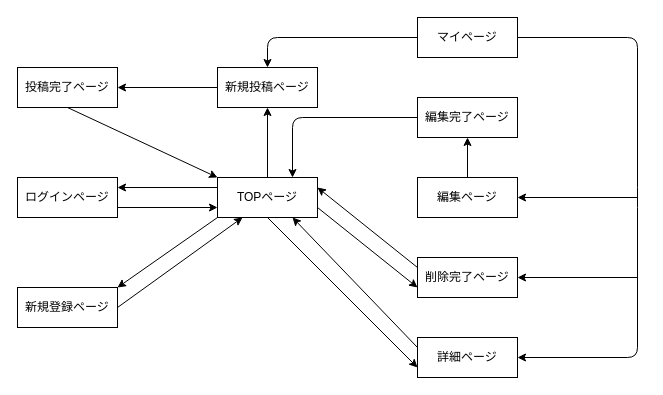
Before: screen_transition_diagram.dio in Shaitaxx/gadget, a draw.io diagram. Source tidied: cells renumbered, new cells numbered last; positions are measured from the earlier drawing's top-left corner, leaving out a move shared by most shapes. Both pictures are drawn from the tidied source at 100%, with x=0, y=0 at pixel (17, 17).
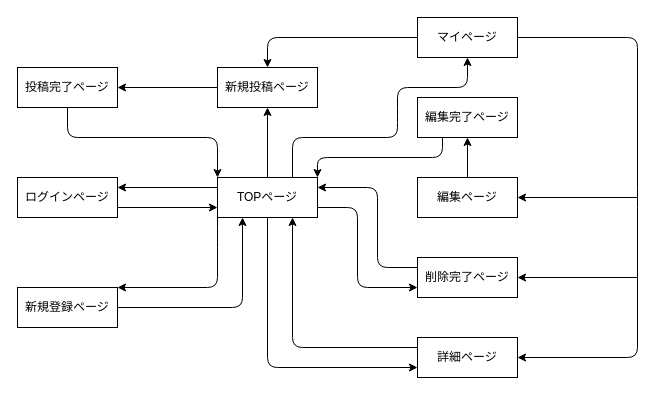
The same diagram, later.

Commit message:
画面推移図修正

Unchanged cells that the change refers to:
```xml
<mxCell id="7" value="TOPページ" style="whiteSpace=wrap;html=1;align=center;" parent="1" vertex="1">
  <mxGeometry x="200" y="160" width="100" height="40" as="geometry" />
</mxCell>
<mxCell id="12" value="マイページ" style="whiteSpace=wrap;html=1;align=center;" parent="1" vertex="1">
  <mxGeometry x="400" width="100" height="40" as="geometry" />
</mxCell>
<mxCell id="15" value="編集完了ページ" style="whiteSpace=wrap;html=1;align=center;" parent="1" vertex="1">
  <mxGeometry x="400" y="80" width="100" height="40" as="geometry" />
</mxCell>
<mxCell id="20" value="削除完了ページ" style="whiteSpace=wrap;html=1;align=center;" parent="1" vertex="1">
  <mxGeometry x="400" y="240" width="100" height="40" as="geometry" />
</mxCell>
<mxCell id="22" value="詳細ページ" style="whiteSpace=wrap;html=1;align=center;" parent="1" vertex="1">
  <mxGeometry x="400" y="320" width="100" height="40" as="geometry" />
</mxCell>
<mxCell id="24" value="投稿完了ページ" style="whiteSpace=wrap;html=1;align=center;" parent="1" vertex="1">
  <mxGeometry y="50" width="100" height="40" as="geometry" />
</mxCell>
<mxCell id="28" value="新規登録ページ" style="whiteSpace=wrap;html=1;align=center;" parent="1" vertex="1">
  <mxGeometry y="270" width="100" height="40" as="geometry" />
</mxCell>
```

What changed in the source:
```diff
@@
     <mxCell id="4" style="edgeStyle=none;html=1;exitX=1;exitY=0.75;exitDx=0;exitDy=0;entryX=0;entryY=0.75;entryDx=0;entryDy=0;startArrow=none;startFill=0;endArrow=classic;endFill=1;" parent="1" edge="1" source="7" target="20">
-      <mxGeometry relative="1" as="geometry" />
+      <mxGeometry relative="1" as="geometry">
+        <Array as="points">
+          <mxPoint x="340" y="190" />
+          <mxPoint x="340" y="270" />
+        </Array>
+      </mxGeometry>
     </mxCell>
     <mxCell id="5" style="edgeStyle=none;html=1;exitX=0.5;exitY=1;exitDx=0;exitDy=0;entryX=0;entryY=0.75;entryDx=0;entryDy=0;startArrow=none;startFill=0;endArrow=classic;endFill=1;" parent="1" edge="1" source="7" target="22">
-      <mxGeometry relative="1" as="geometry" />
+      <mxGeometry relative="1" as="geometry">
+        <Array as="points">
+          <mxPoint x="250" y="350" />
+        </Array>
+      </mxGeometry>
     </mxCell>
     <mxCell id="6" style="edgeStyle=none;html=1;exitX=0;exitY=1;exitDx=0;exitDy=0;entryX=1;entryY=0;entryDx=0;entryDy=0;startArrow=none;startFill=0;endArrow=classic;endFill=1;" parent="1" edge="1" source="7" target="28">
-      <mxGeometry relative="1" as="geometry" />
+      <mxGeometry relative="1" as="geometry">
+        <Array as="points">
+          <mxPoint x="200" y="220" />
+          <mxPoint x="200" y="270" />
+        </Array>
+      </mxGeometry>
     </mxCell>
+    <mxCell id="29" style="edgeStyle=none;html=1;exitX=0.75;exitY=0;exitDx=0;exitDy=0;entryX=0.5;entryY=1;entryDx=0;entryDy=0;" parent="1" edge="1" source="7" target="12">
+      <mxGeometry relative="1" as="geometry">
+        <Array as="points">
+          <mxPoint x="275" y="120" />
+          <mxPoint x="380" y="120" />
+          <mxPoint x="380" y="100" />
+          <mxPoint x="380" y="70" />
+          <mxPoint x="450" y="70" />
+        </Array>
+      </mxGeometry>
+    </mxCell>
@@
-    <mxCell id="14" style="edgeStyle=none;html=1;exitX=0;exitY=0.5;exitDx=0;exitDy=0;entryX=0.75;entryY=0;entryDx=0;entryDy=0;startArrow=none;startFill=0;endArrow=classic;endFill=1;" parent="1" edge="1" source="15" target="7">
+    <mxCell id="14" style="edgeStyle=none;html=1;exitX=0.25;exitY=1;exitDx=0;exitDy=0;entryX=1;entryY=0;entryDx=0;entryDy=0;startArrow=none;startFill=0;endArrow=classic;endFill=1;" parent="1" edge="1" source="15" target="7">
       <mxGeometry relative="1" as="geometry">
         <Array as="points">
-          <mxPoint x="275" y="100" />
+          <mxPoint x="425" y="140" />
+          <mxPoint x="300" y="140" />
         </Array>
       </mxGeometry>
     </mxCell>
@@
     <mxCell id="19" style="edgeStyle=none;html=1;exitX=0;exitY=0.25;exitDx=0;exitDy=0;entryX=1;entryY=0.25;entryDx=0;entryDy=0;startArrow=none;startFill=0;endArrow=classic;endFill=1;" parent="1" edge="1" source="20" target="7">
-      <mxGeometry relative="1" as="geometry" />
+      <mxGeometry relative="1" as="geometry">
+        <Array as="points">
+          <mxPoint x="360" y="250" />
+          <mxPoint x="360" y="170" />
+        </Array>
+      </mxGeometry>
     </mxCell>
@@
     <mxCell id="21" style="edgeStyle=none;html=1;exitX=0;exitY=0.25;exitDx=0;exitDy=0;entryX=0.75;entryY=1;entryDx=0;entryDy=0;startArrow=none;startFill=0;endArrow=classic;endFill=1;" parent="1" edge="1" source="22" target="7">
-      <mxGeometry relative="1" as="geometry" />
+      <mxGeometry relative="1" as="geometry">
+        <Array as="points">
+          <mxPoint x="275" y="330" />
+        </Array>
+      </mxGeometry>
     </mxCell>
@@
     <mxCell id="23" style="edgeStyle=none;html=1;exitX=0.5;exitY=1;exitDx=0;exitDy=0;entryX=0;entryY=0;entryDx=0;entryDy=0;" parent="1" edge="1" source="24" target="7">
-      <mxGeometry relative="1" as="geometry" />
+      <mxGeometry relative="1" as="geometry">
+        <Array as="points">
+          <mxPoint x="50" y="120" />
+          <mxPoint x="200" y="120" />
+        </Array>
+      </mxGeometry>
     </mxCell>
@@
     <mxCell id="27" style="edgeStyle=none;html=1;exitX=1;exitY=0.5;exitDx=0;exitDy=0;entryX=0.25;entryY=1;entryDx=0;entryDy=0;startArrow=none;startFill=0;endArrow=classic;endFill=1;" parent="1" edge="1" source="28" target="7">
-      <mxGeometry relative="1" as="geometry" />
+      <mxGeometry relative="1" as="geometry">
+        <Array as="points">
+          <mxPoint x="225" y="290" />
+        </Array>
+      </mxGeometry>
     </mxCell>
```
